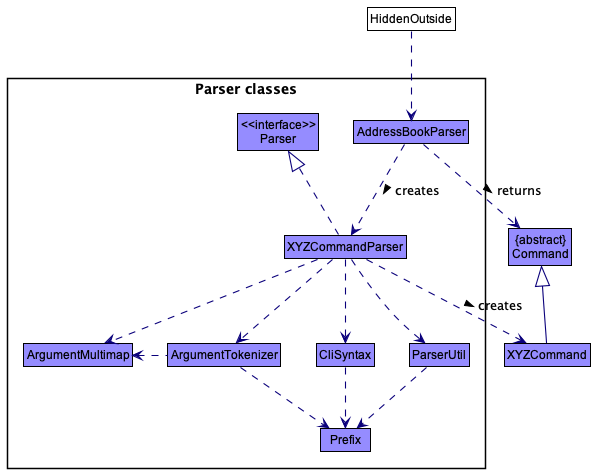
Before: docs/images/ParserClasses.png, a diagram exported from PlantUML (zhongfu/tp). Source of this version:
```plantuml
@startuml
!include style.puml
skinparam arrowThickness 1.1
skinparam arrowColor LOGIC_COLOR_T4
skinparam classBackgroundColor LOGIC_COLOR

Class "{abstract}\nCommand" as Command
Class XYZCommand

package "Parser classes"{
Class "<<interface>>\nParser" as Parser
Class AddressBookParser
Class XYZCommandParser
Class CliSyntax
Class ParserUtil
Class ArgumentMultimap
Class ArgumentTokenizer
Class Prefix
}

Class HiddenOutside #FFFFFF
HiddenOutside ..> AddressBookParser

AddressBookParser .down.> XYZCommandParser: creates >

XYZCommandParser ..> XYZCommand : creates >
AddressBookParser ..> Command : returns >
XYZCommandParser .up.|> Parser
XYZCommandParser ..> ArgumentMultimap
XYZCommandParser ..> ArgumentTokenizer
ArgumentTokenizer .left.> ArgumentMultimap
XYZCommandParser ..> CliSyntax
CliSyntax ..> Prefix
XYZCommandParser ..> ParserUtil
ParserUtil .down.> Prefix
ArgumentTokenizer .down.> Prefix
XYZCommand -up-|> Command
@enduml
```
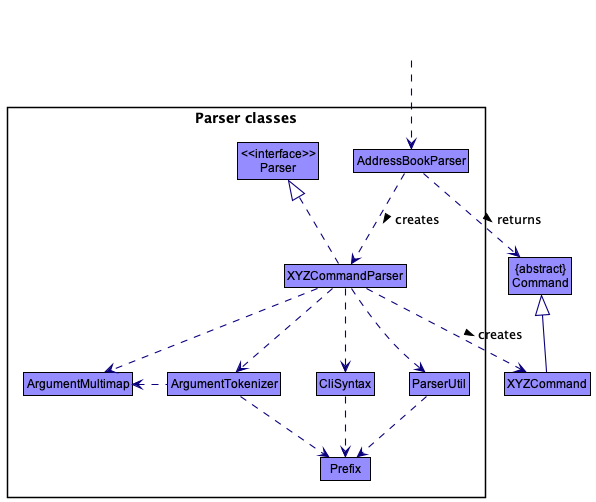
The same diagram one commit later.

Commit message:
Replace HiddenOutsides with invisible classes

Change to the diagram source:
```diff
@@ -3,6 +3,15 @@
 skinparam arrowThickness 1.1
 skinparam arrowColor LOGIC_COLOR_T4
 skinparam classBackgroundColor LOGIC_COLOR
+
+skinparam rectangle {
+    BorderColor<<i>> transparent
+    FontColor<<i>> transparent
+    StereotypeFontColor<<i>> transparent
+}
+
+rectangle invis <<i>> {
+}
 
 Class "{abstract}\nCommand" as Command
 Class XYZCommand
@@ -18,8 +27,7 @@
 Class Prefix
 }
 
-Class HiddenOutside #FFFFFF
-HiddenOutside ..> AddressBookParser
+invis ..> AddressBookParser
 
 AddressBookParser .down.> XYZCommandParser: creates >
 
```
